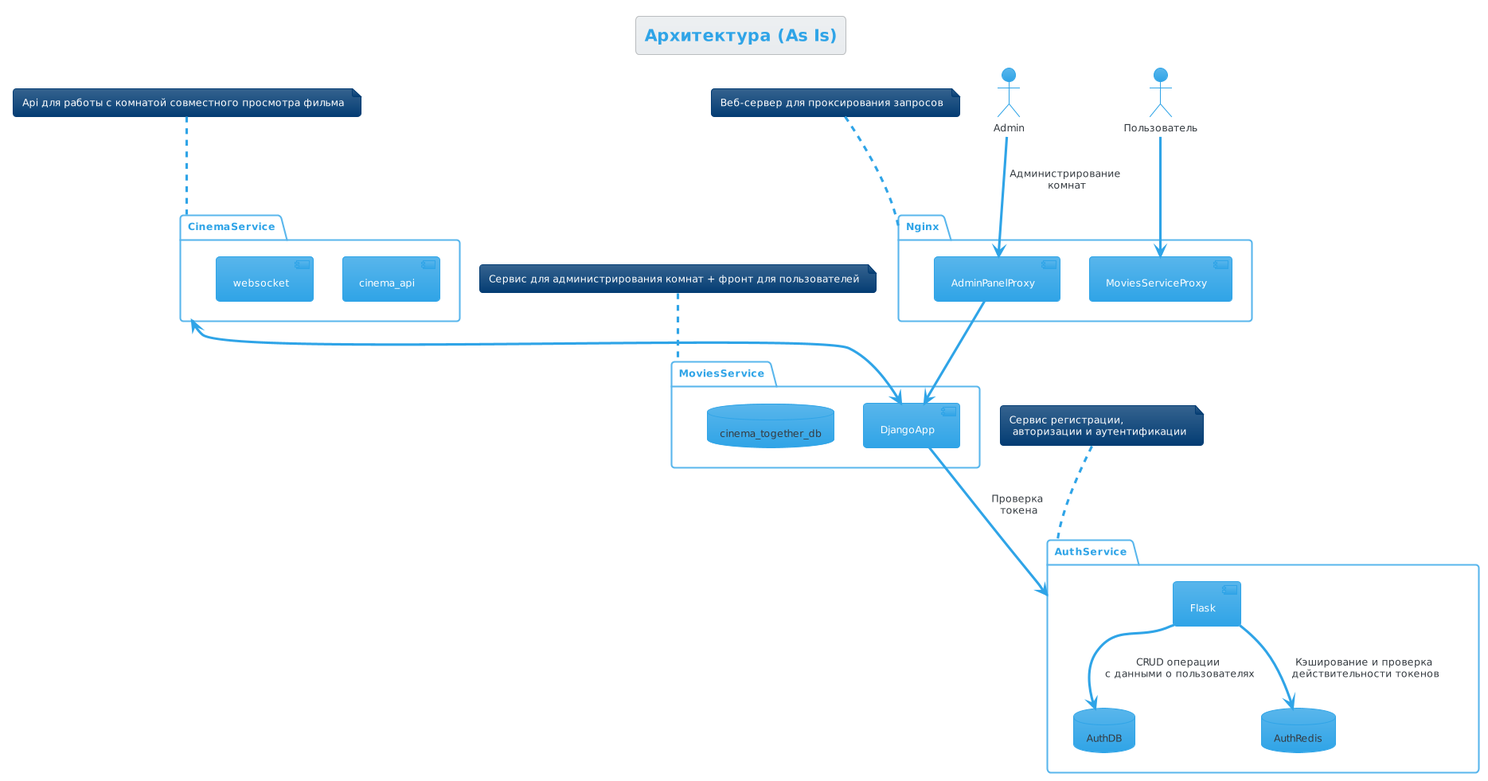
sevrn73/graduate_work keeps this PlantUML diagram as UML/ToBe.png. Above is the earlier version. Its diagram source:
```plantuml
@startuml
!theme cerulean
title "Архитектура (As Is)"
actor Пользователь as Client


package Nginx {
 component AdminPanelProxy
 component MoviesServiceProxy
}
note top of Nginx
Веб-сервер для проксирования запросов
end note

package MoviesService {
 component DjangoApp
 database cinema_together_db
}
note top of MoviesService
Сервис для администрирования комнат + фронт для пользователей
end note

package CinemaService {
 component cinema_api
 component websocket
}
note top of CinemaService
Api для работы с комнатой совместного просмотра фильма
end note
CinemaService <--> DjangoApp

package AuthService {
 component Flask
 database AuthDB
 database AuthRedis
}
note top of AuthService
Сервис регистрации,
 авторизации и аутентификации
end note
Flask --> AuthDB: "CRUD операции\n с данными о пользователях"
Flask --> AuthRedis: "Кэширование и проверка\n действительности токенов"


AdminPanelProxy --> DjangoApp
DjangoApp --> AuthService: "Проверка\n токена"

Admin --> AdminPanelProxy: "Администрирование\n комнат"
Client --> MoviesServiceProxy
@enduml
```
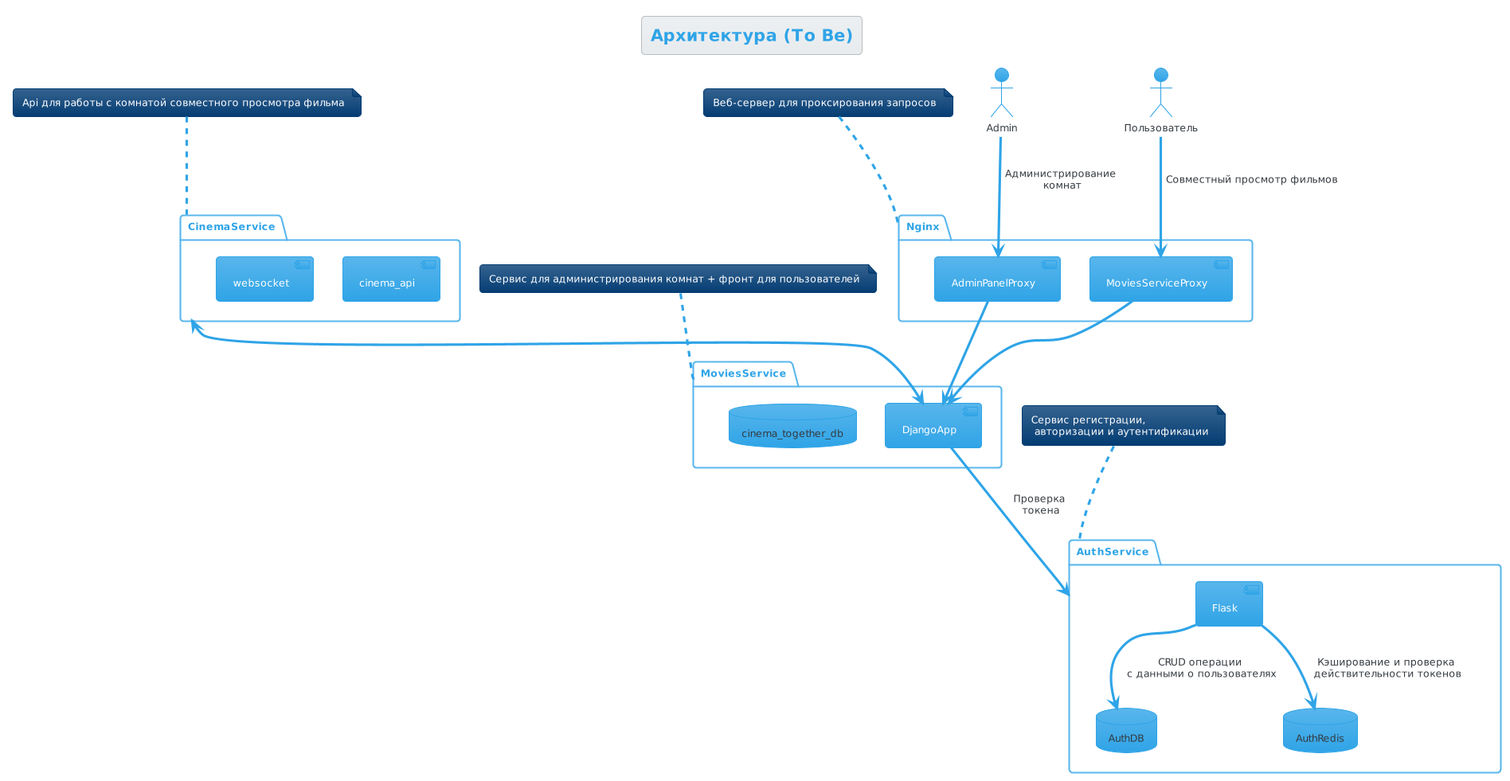
After the commit.

Diff of the diagram source:
```diff
@@ -1,6 +1,6 @@
 @startuml
 !theme cerulean
-title "Архитектура (As Is)"
+title "Архитектура (To Be)"
 actor Пользователь as Client
 
 
@@ -46,5 +46,6 @@
 DjangoApp --> AuthService: "Проверка\n токена"
 
 Admin --> AdminPanelProxy: "Администрирование\n комнат"
-Client --> MoviesServiceProxy
+Client --> MoviesServiceProxy: "Совместный просмотр фильмов"
+MoviesServiceProxy --> DjangoApp
 @enduml
```
